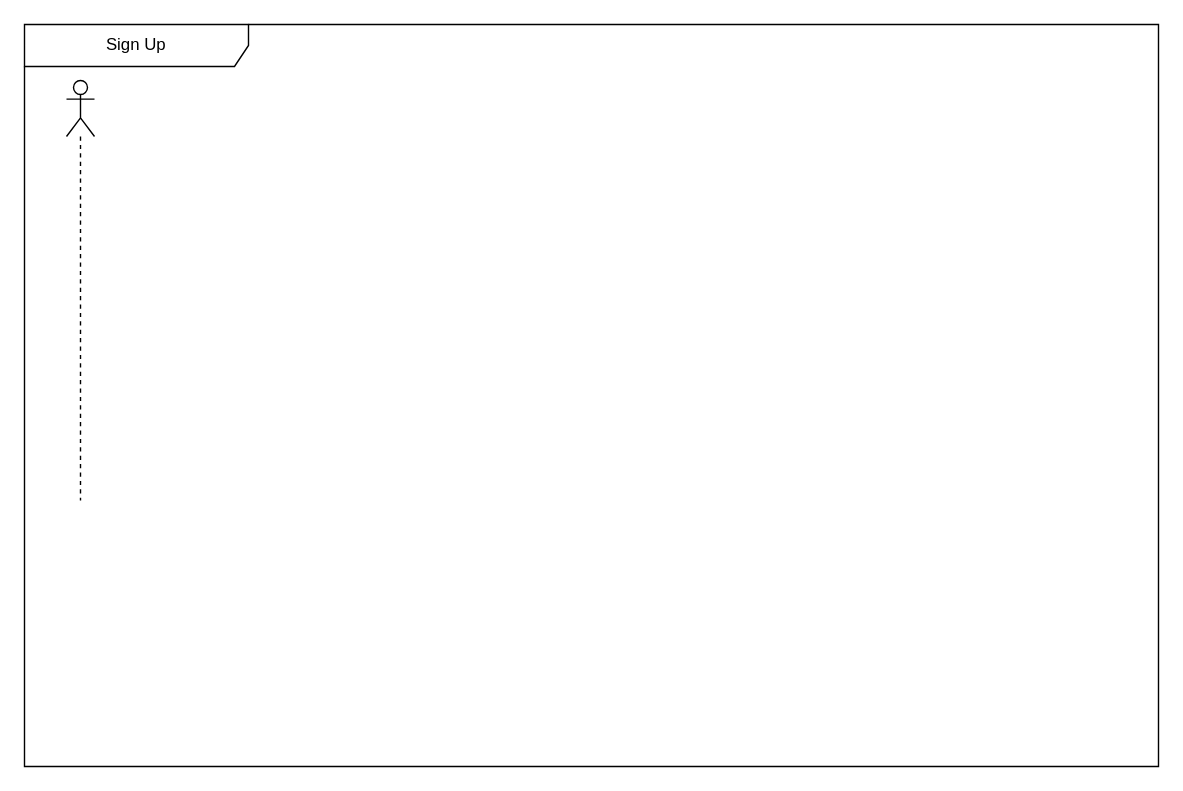
Earlier version of the draw.io diagram page "Sign Up" (2 of 2) of Diagramas.drawio (dglsmrnh/bookquest-docs). Source tidied: cells renumbered, new cells numbered last; positions are measured from the earlier drawing's top-left corner, leaving out a move shared by most shapes. Both pictures are drawn from the tidied source at 140%, with x=0, y=0 at pixel (24, 24).
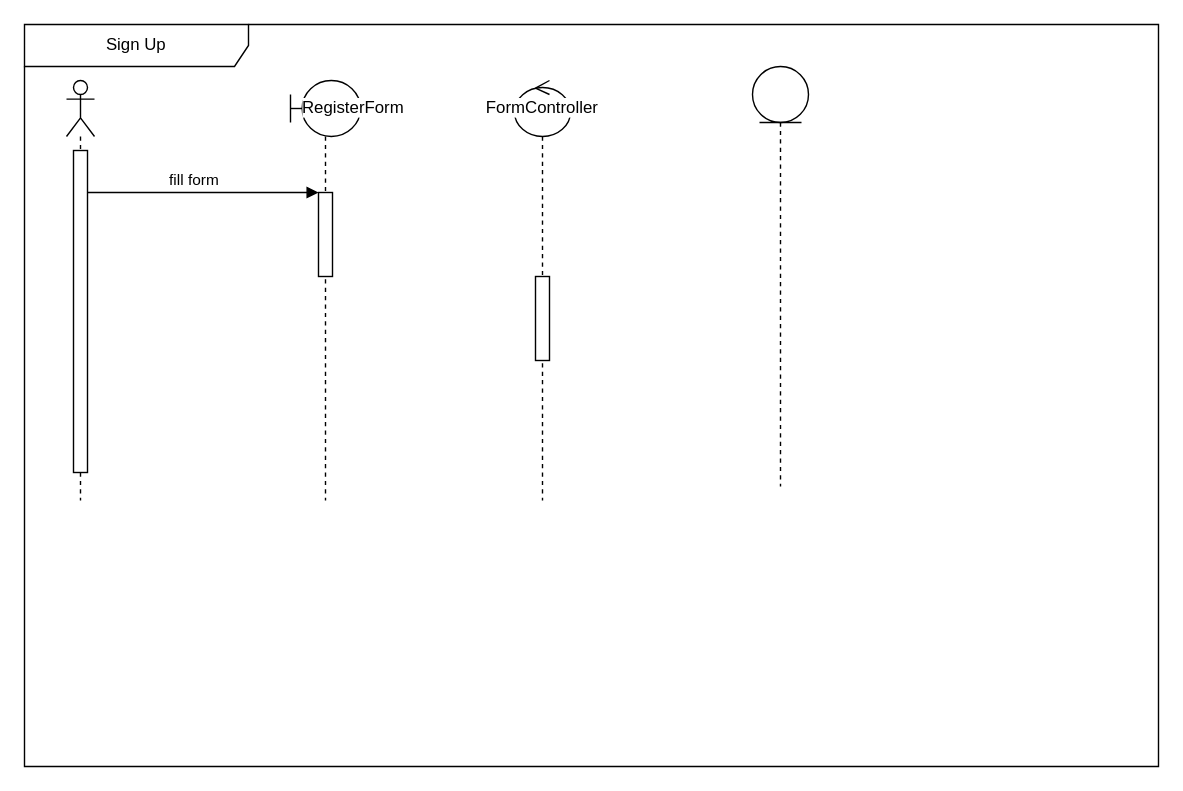
After the change.

Diff of the diagram source:
```diff
@@
 <mxGraphModel>
   <root>
     <mxCell id="0" />
     <mxCell id="1" parent="0" />
     <mxCell id="2" value="Sign Up" style="shape=umlFrame;whiteSpace=wrap;html=1;width=160;" parent="1" vertex="1">
       <mxGeometry width="810" height="530" as="geometry" />
     </mxCell>
     <mxCell id="3" style="shape=umlLifeline;perimeter=lifelinePerimeter;whiteSpace=wrap;html=1;newEdgeStyle={&quot;edgeStyle&quot;:&quot;elbowEdgeStyle&quot;,&quot;elbow&quot;:&quot;vertical&quot;,&quot;curved&quot;:0,&quot;rounded&quot;:0};participant=umlActor;" parent="2" vertex="1">
       <mxGeometry x="30" y="40" width="20" height="300" as="geometry" />
     </mxCell>
+    <mxCell id="4" value="&lt;span style=&quot;background-color: rgb(255, 255, 255);&quot;&gt;FormController&lt;/span&gt;" style="shape=umlLifeline;perimeter=lifelinePerimeter;whiteSpace=wrap;html=1;newEdgeStyle={&quot;edgeStyle&quot;:&quot;elbowEdgeStyle&quot;,&quot;elbow&quot;:&quot;vertical&quot;,&quot;curved&quot;:0,&quot;rounded&quot;:0};participant=umlControl;" parent="2" vertex="1">
+      <mxGeometry x="350" y="40" width="40" height="300" as="geometry" />
+    </mxCell>
+    <mxCell id="5" style="shape=umlLifeline;perimeter=lifelinePerimeter;whiteSpace=wrap;html=1;newEdgeStyle={&quot;edgeStyle&quot;:&quot;elbowEdgeStyle&quot;,&quot;elbow&quot;:&quot;vertical&quot;,&quot;curved&quot;:0,&quot;rounded&quot;:0};participant=umlEntity;" parent="2" vertex="1">
+      <mxGeometry x="520" y="30" width="40" height="300" as="geometry" />
+    </mxCell>
+    <mxCell id="6" value="&lt;blockquote style=&quot;margin: 0 0 0 40px; border: none; padding: 0px;&quot;&gt;&lt;span style=&quot;background-color: rgb(255, 255, 255);&quot;&gt;RegisterForm&lt;/span&gt;&lt;/blockquote&gt;" style="shape=umlLifeline;perimeter=lifelinePerimeter;whiteSpace=wrap;html=1;newEdgeStyle={&quot;edgeStyle&quot;:&quot;elbowEdgeStyle&quot;,&quot;elbow&quot;:&quot;vertical&quot;,&quot;curved&quot;:0,&quot;rounded&quot;:0};participant=umlBoundary;" parent="2" vertex="1">
+      <mxGeometry x="190" y="40" width="50" height="300" as="geometry" />
+    </mxCell>
+    <mxCell id="7" style="edgeStyle=elbowEdgeStyle;rounded=0;jettySize=auto;html=1;elbow=vertical;curved=0;endArrow=block;endFill=1;entryX=0;entryY=0;entryDx=0;entryDy=0;" parent="2" edge="1" target="9">
+      <mxGeometry relative="1" as="geometry">
+        <mxPoint x="45" y="120" as="sourcePoint" />
+      </mxGeometry>
+    </mxCell>
+    <mxCell id="8" value="fill form" style="edgeLabel;html=1;align=center;verticalAlign=middle;" parent="7" vertex="1">
+      <mxGeometry x="-0.46" y="3" relative="1" as="geometry">
+        <mxPoint x="30" y="-7" as="offset" />
+      </mxGeometry>
+    </mxCell>
+    <mxCell id="9" style="rounded=0;dashed=0;" parent="2" vertex="1">
+      <mxGeometry x="210" y="120" width="10" height="60" as="geometry" />
+    </mxCell>
+    <mxCell id="10" style="rounded=0;dashed=0;" parent="2" vertex="1">
+      <mxGeometry x="35" y="90" width="10" height="230" as="geometry" />
+    </mxCell>
+    <mxCell id="11" style="rounded=0;dashed=0;" parent="2" vertex="1">
+      <mxGeometry x="365" y="180" width="10" height="60" as="geometry" />
+    </mxCell>
   </root>
 </mxGraphModel>
```
